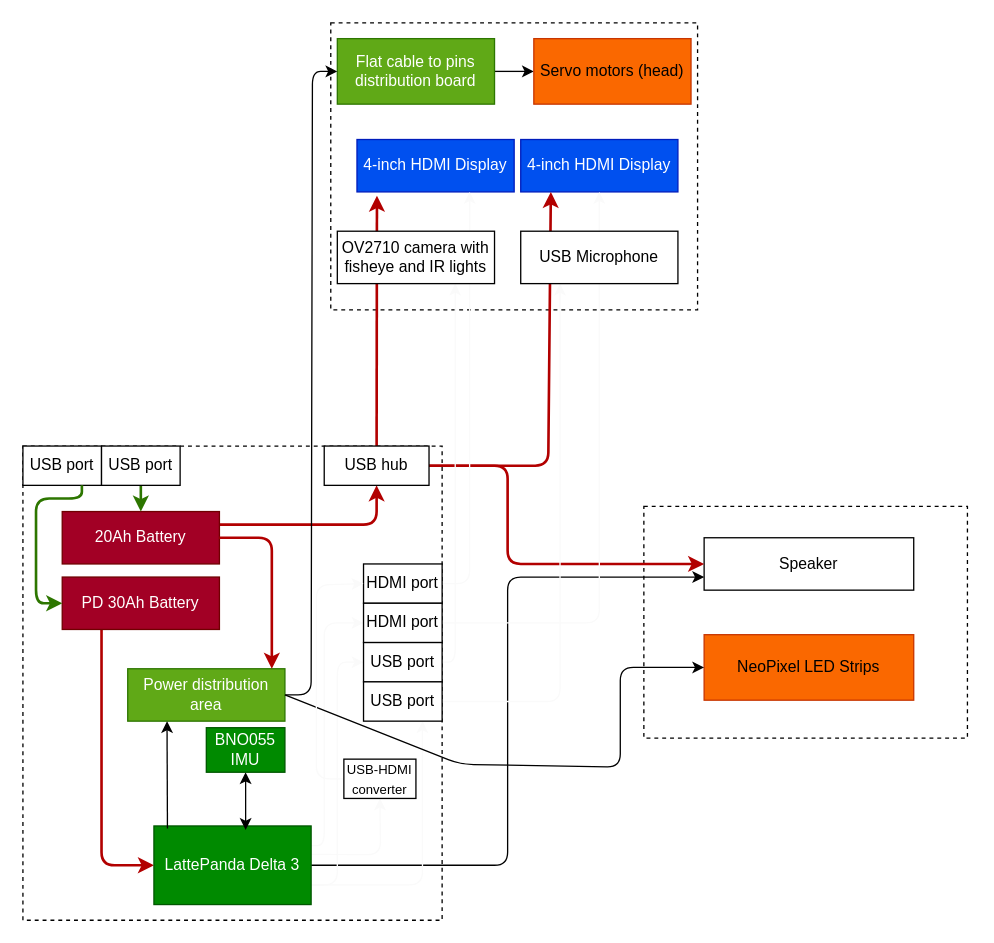
This is Planning/Hardware.drawio from MekhyW/DYNAMO-Electronic_Fursuit-2.0, a draw.io file, before an edit. Source tidied: cells renumbered, new cells numbered last; positions are measured from the earlier drawing's top-left corner, leaving out a move shared by most shapes. Both pictures are drawn from the tidied source at 131%, with x=0, y=0 at pixel (22, 22).
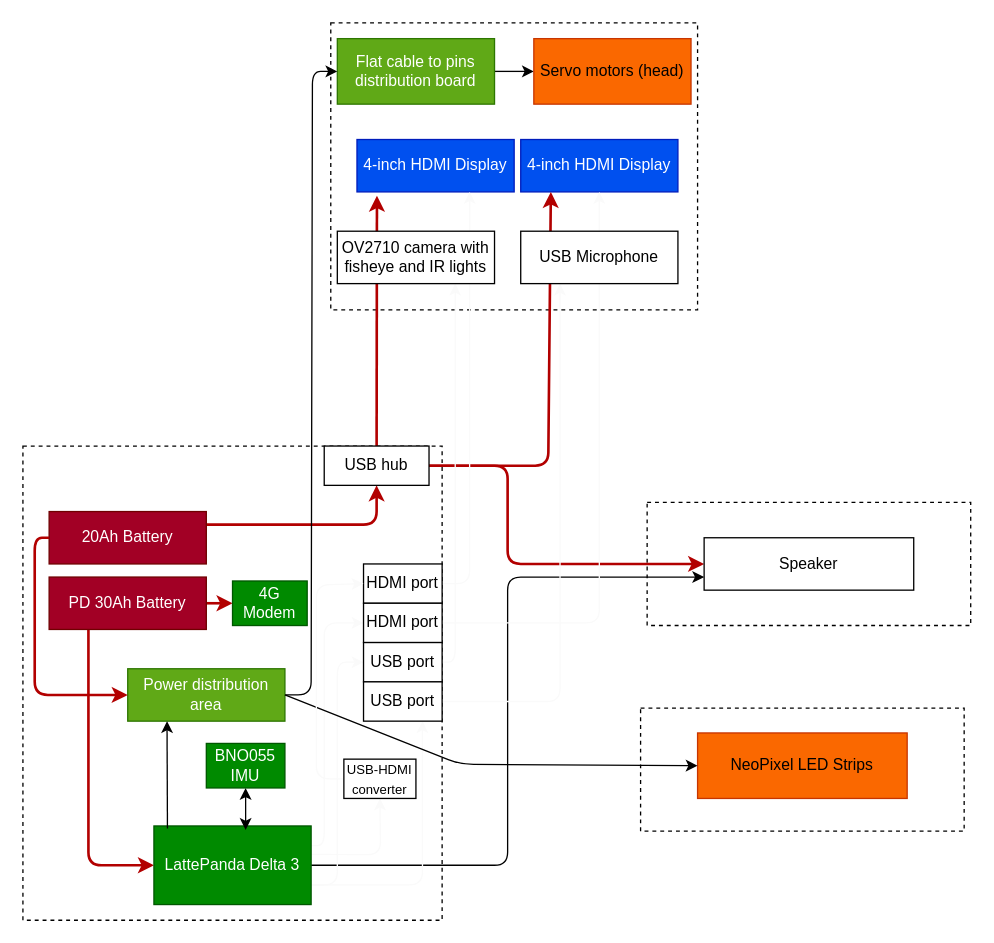
The same page after the edit.

The change refers to these unchanged cells:
```xml
<mxCell id="18" value="LattePanda Delta 3" style="rounded=0;whiteSpace=wrap;html=1;fillColor=#008a00;fontColor=#ffffff;strokeColor=#005700;" parent="1" vertex="1">
  <mxGeometry x="100" y="613" width="120" height="60" as="geometry" />
</mxCell>
<mxCell id="21" value="Power distribution area" style="rounded=0;whiteSpace=wrap;html=1;fillColor=#60a917;fontColor=#ffffff;strokeColor=#2D7600;" parent="1" vertex="1">
  <mxGeometry x="80" y="493" width="120" height="40" as="geometry" />
</mxCell>
```

Change to the diagram source:
```diff
@@
+    <mxCell id="49" style="rounded=0;whiteSpace=wrap;html=1;dashed=1;" parent="1" vertex="1">
+      <mxGeometry x="476.5" y="366" width="247" height="94" as="geometry" />
+    </mxCell>
@@
     <mxCell id="8" style="rounded=0;whiteSpace=wrap;html=1;dashed=1;" parent="1" vertex="1">
-      <mxGeometry x="474" y="369" width="247" height="177" as="geometry" />
+      <mxGeometry x="471.5" y="523" width="247" height="94" as="geometry" />
     </mxCell>
     <mxCell id="9" style="edgeStyle=none;html=1;exitX=0.25;exitY=1;exitDx=0;exitDy=0;entryX=0;entryY=0.5;entryDx=0;entryDy=0;startArrow=none;fillColor=#e51400;strokeColor=#B20000;strokeWidth=2;" parent="1" edge="1" source="10" target="18">
       <mxGeometry relative="1" as="geometry">
         <Array as="points">
-          <mxPoint x="60" y="643" />
+          <mxPoint x="50" y="643" />
         </Array>
       </mxGeometry>
     </mxCell>
+    <mxCell id="50" style="edgeStyle=none;html=1;exitX=1;exitY=0.5;exitDx=0;exitDy=0;entryX=0;entryY=0.5;entryDx=0;entryDy=0;fillColor=#e51400;strokeColor=#B20000;strokeWidth=2;" parent="1" edge="1" source="10" target="51">
+      <mxGeometry relative="1" as="geometry" />
+    </mxCell>
     <mxCell id="10" value="PD 30Ah Battery" style="rounded=0;whiteSpace=wrap;html=1;fillColor=#a20025;fontColor=#ffffff;strokeColor=#6F0000;" parent="1" vertex="1">
-      <mxGeometry x="30" y="423" width="120" height="40" as="geometry" />
+      <mxGeometry x="20" y="423" width="120" height="40" as="geometry" />
     </mxCell>
@@
     <mxCell id="12" value="20Ah Battery" style="rounded=0;whiteSpace=wrap;html=1;fillColor=#a20025;fontColor=#ffffff;strokeColor=#6F0000;" parent="1" vertex="1">
-      <mxGeometry x="30" y="373" width="120" height="40" as="geometry" />
+      <mxGeometry x="20" y="373" width="120" height="40" as="geometry" />
     </mxCell>
@@
-    <mxCell id="19" value="&lt;font style=&quot;&quot;&gt;Speaker&lt;/font&gt;" style="rounded=0;whiteSpace=wrap;html=1;" parent="1" vertex="1">
-      <mxGeometry x="520" y="393" width="160" height="40" as="geometry" />
-    </mxCell>
@@
-    <mxCell id="23" style="edgeStyle=none;html=1;exitX=1;exitY=0.5;exitDx=0;exitDy=0;fillColor=#e51400;strokeColor=#B20000;strokeWidth=2;" parent="1" edge="1" source="12">
+    <mxCell id="23" style="edgeStyle=none;html=1;exitX=0;exitY=0.5;exitDx=0;exitDy=0;fillColor=#e51400;strokeColor=#B20000;strokeWidth=2;entryX=0;entryY=0.5;entryDx=0;entryDy=0;" parent="1" edge="1" source="12" target="21">
       <mxGeometry relative="1" as="geometry">
-        <mxPoint x="190" y="493" as="targetPoint" />
         <Array as="points">
-          <mxPoint x="190" y="393" />
+          <mxPoint x="9" y="393" />
+          <mxPoint x="9" y="513" />
         </Array>
       </mxGeometry>
     </mxCell>
@@
     <mxCell id="27" value="NeoPixel LED Strips" style="rounded=0;whiteSpace=wrap;html=1;fillColor=#fa6800;fontColor=#000000;strokeColor=#C73500;" parent="1" vertex="1">
-      <mxGeometry x="520" y="467" width="160" height="50" as="geometry" />
+      <mxGeometry x="515" y="542" width="160" height="50" as="geometry" />
     </mxCell>
     <mxCell id="28" style="edgeStyle=none;html=1;exitX=1;exitY=0.5;exitDx=0;exitDy=0;entryX=0;entryY=0.5;entryDx=0;entryDy=0;" parent="1" edge="1" source="21" target="27">
       <mxGeometry relative="1" as="geometry">
         <Array as="points">
           <mxPoint x="334" y="566" />
-          <mxPoint x="456" y="568" />
-          <mxPoint x="456" y="492" />
         </Array>
       </mxGeometry>
     </mxCell>
@@
     <mxCell id="30" value="BNO055 IMU" style="rounded=0;whiteSpace=wrap;html=1;fillColor=#008a00;fontColor=#ffffff;strokeColor=#005700;" parent="1" vertex="1">
-      <mxGeometry x="140" y="538" width="60" height="34" as="geometry" />
+      <mxGeometry x="140" y="550" width="60" height="34" as="geometry" />
     </mxCell>
@@
-    <mxCell id="32" value="USB port" style="rounded=0;whiteSpace=wrap;html=1;" parent="1" vertex="1">
-      <mxGeometry y="323" width="60" height="30" as="geometry" />
-    </mxCell>
-    <mxCell id="33" style="edgeStyle=none;html=1;exitX=0.75;exitY=1;exitDx=0;exitDy=0;entryX=0;entryY=0.5;entryDx=0;entryDy=0;strokeColor=#2D7600;strokeWidth=2;startArrow=none;startFill=0;fillColor=#60a917;" parent="1" edge="1" source="32" target="10">
-      <mxGeometry relative="1" as="geometry">
-        <Array as="points">
-          <mxPoint x="45" y="363" />
-          <mxPoint x="10" y="363" />
-          <mxPoint x="10" y="443" />
-        </Array>
-      </mxGeometry>
-    </mxCell>
-    <mxCell id="34" style="edgeStyle=none;html=1;exitX=0.5;exitY=1;exitDx=0;exitDy=0;entryX=0.5;entryY=0;entryDx=0;entryDy=0;strokeColor=#2D7600;strokeWidth=2;startArrow=none;startFill=0;fillColor=#60a917;" parent="1" edge="1" source="35" target="12">
-      <mxGeometry relative="1" as="geometry" />
-    </mxCell>
-    <mxCell id="35" value="USB port" style="rounded=0;whiteSpace=wrap;html=1;" parent="1" vertex="1">
-      <mxGeometry x="60" y="323" width="60" height="30" as="geometry" />
-    </mxCell>
@@
+    <mxCell id="19" value="&lt;font style=&quot;&quot;&gt;Speaker&lt;/font&gt;" style="rounded=0;whiteSpace=wrap;html=1;" parent="1" vertex="1">
+      <mxGeometry x="520" y="393" width="160" height="40" as="geometry" />
+    </mxCell>
+    <mxCell id="51" value="4G Modem" style="rounded=0;whiteSpace=wrap;html=1;fillColor=#008a00;fontColor=#ffffff;strokeColor=#005700;" parent="1" vertex="1">
+      <mxGeometry x="160" y="426" width="57" height="34" as="geometry" />
+    </mxCell>
```
